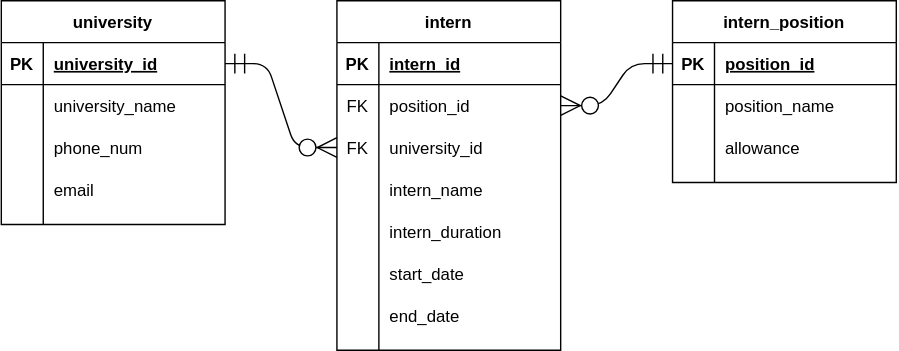
Earlier version of the draw.io export day_4/assets/1/exercise_1_ERD.drawio.svg (CertifaiAI/data-science-fundamentals). Source tidied: cells renumbered, new cells last; positions are measured from the earlier drawing's top-left corner, leaving out a move shared by most shapes.
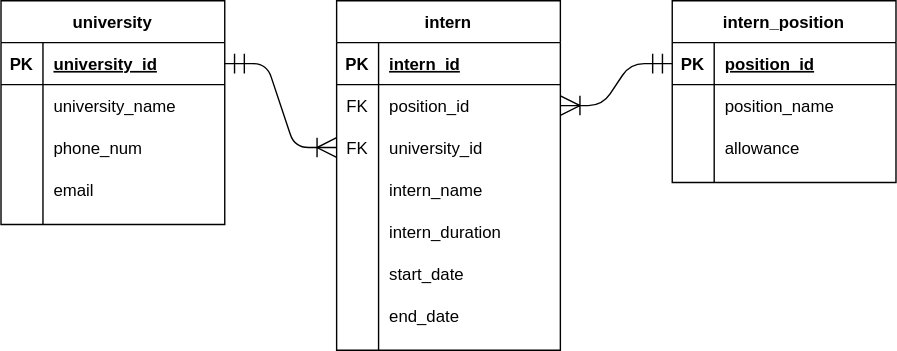
Later version of the same file.

Commit message:
:pencil2: Updated ERD diagrams & added explanation

What changed in the source:
```diff
@@ -98,7 +98,7 @@
     <mxCell id="33" value="allowance" style="shape=partialRectangle;fillColor=none;top=0;left=0;bottom=0;right=0;align=left;spacingLeft=6;overflow=hidden;" parent="31" vertex="1">
       <mxGeometry x="30" width="130" height="30" as="geometry" />
     </mxCell>
-    <mxCell id="34" style="edgeStyle=entityRelationEdgeStyle;fontSize=12;html=1;endArrow=ERmandOne;endFill=0;startArrow=ERzeroToMany;startFill=1;jumpSize=6;endSize=12;startSize=12;" parent="1" edge="1" source="6" target="25">
+    <mxCell id="34" style="edgeStyle=entityRelationEdgeStyle;fontSize=12;html=1;endArrow=ERmandOne;endFill=0;startArrow=ERoneToMany;startFill=0;jumpSize=6;endSize=12;startSize=12;" parent="1" edge="1" source="6" target="25">
       <mxGeometry relative="1" as="geometry" />
     </mxCell>
     <mxCell id="35" value="university" style="shape=table;startSize=30;rowLines=0;fontStyle=1;align=center;" parent="1" vertex="1">
@@ -140,7 +140,7 @@
     <mxCell id="47" value="email" style="shape=partialRectangle;fillColor=none;top=0;left=0;bottom=0;right=0;align=left;spacingLeft=6;overflow=hidden;" parent="45" vertex="1">
       <mxGeometry x="30" width="130" height="30" as="geometry" />
     </mxCell>
-    <mxCell id="48" style="edgeStyle=entityRelationEdgeStyle;fontSize=12;html=1;endArrow=ERmandOne;endFill=0;startArrow=ERzeroToMany;startFill=1;jumpSize=6;endSize=12;startSize=12;" parent="1" edge="1" source="9" target="36">
+    <mxCell id="48" style="edgeStyle=entityRelationEdgeStyle;fontSize=12;html=1;endArrow=ERmandOne;endFill=0;startArrow=ERoneToMany;startFill=0;jumpSize=6;endSize=12;startSize=12;" parent="1" edge="1" source="9" target="36">
       <mxGeometry relative="1" as="geometry" />
     </mxCell>
   </root>
```
